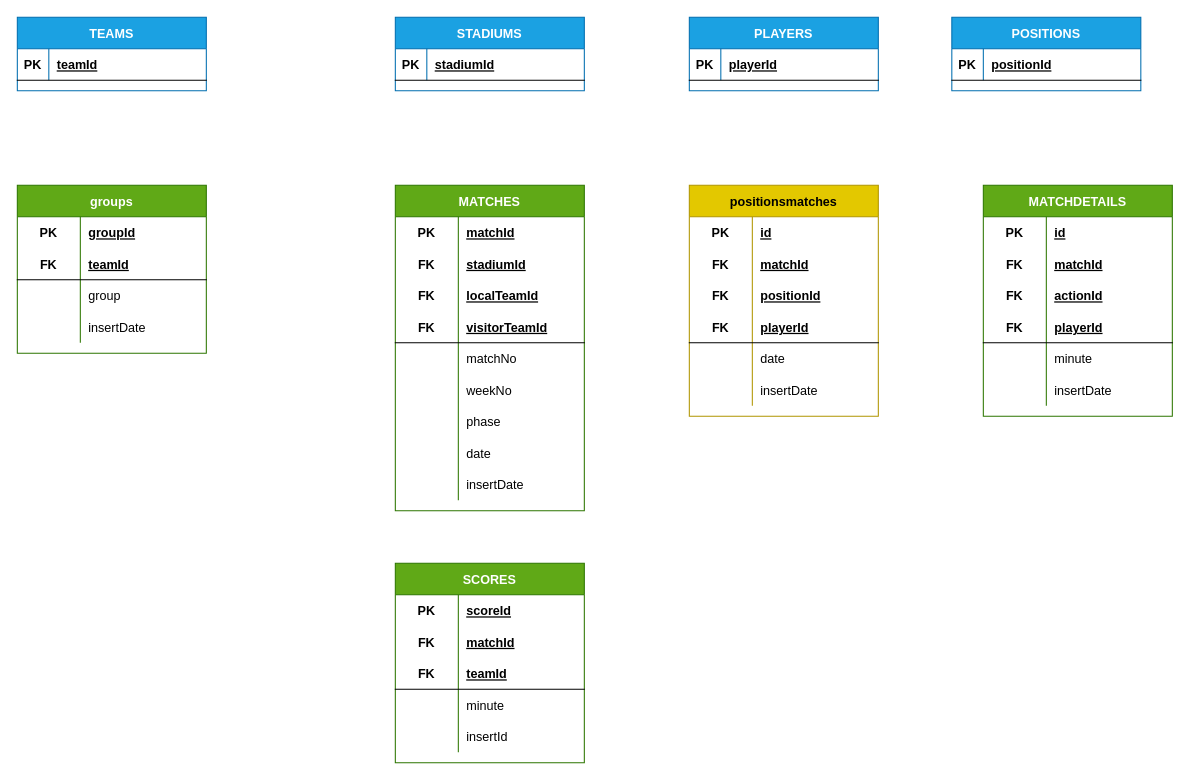
r3card0/WorldCup2022 keeps this draw.io diagram as page "conceptual" (1 of 3) of qatar2022.drawio. Above is the earlier version. Source tidied: cells renumbered, new cells numbered last; positions are measured from the earlier drawing's top-left corner, leaving out a move shared by most shapes. Both pictures are drawn from the tidied source at 105%, with x=0, y=0 at pixel (17, 17).
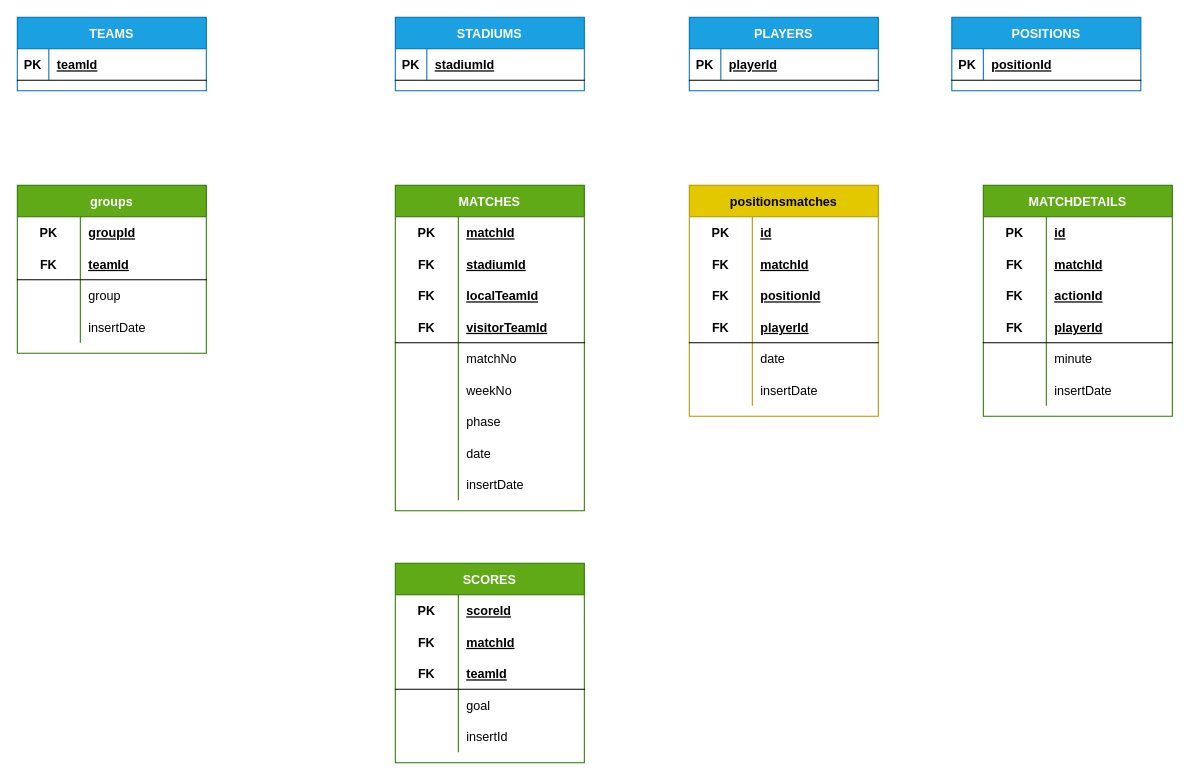
After the change.

Commit message:
changed scores model

Unchanged cells that the change refers to:
```xml
<mxCell id="107" style="shape=partialRectangle;fillColor=none;top=0;left=0;bottom=0;right=0;" parent="97" vertex="1">
  <mxGeometry y="120" width="180" height="30" as="geometry" />
</mxCell>
```

Change to the diagram source:
```diff
@@
-    <mxCell id="109" value="minute" style="shape=partialRectangle;fillColor=none;top=0;left=0;bottom=0;right=0;align=left;spacingLeft=6;overflow=hidden;" parent="107" vertex="1">
+    <mxCell id="109" value="goal" style="shape=partialRectangle;fillColor=none;top=0;left=0;bottom=0;right=0;align=left;spacingLeft=6;overflow=hidden;" parent="107" vertex="1">
       <mxGeometry x="60" width="120" height="30" as="geometry" />
     </mxCell>
```
